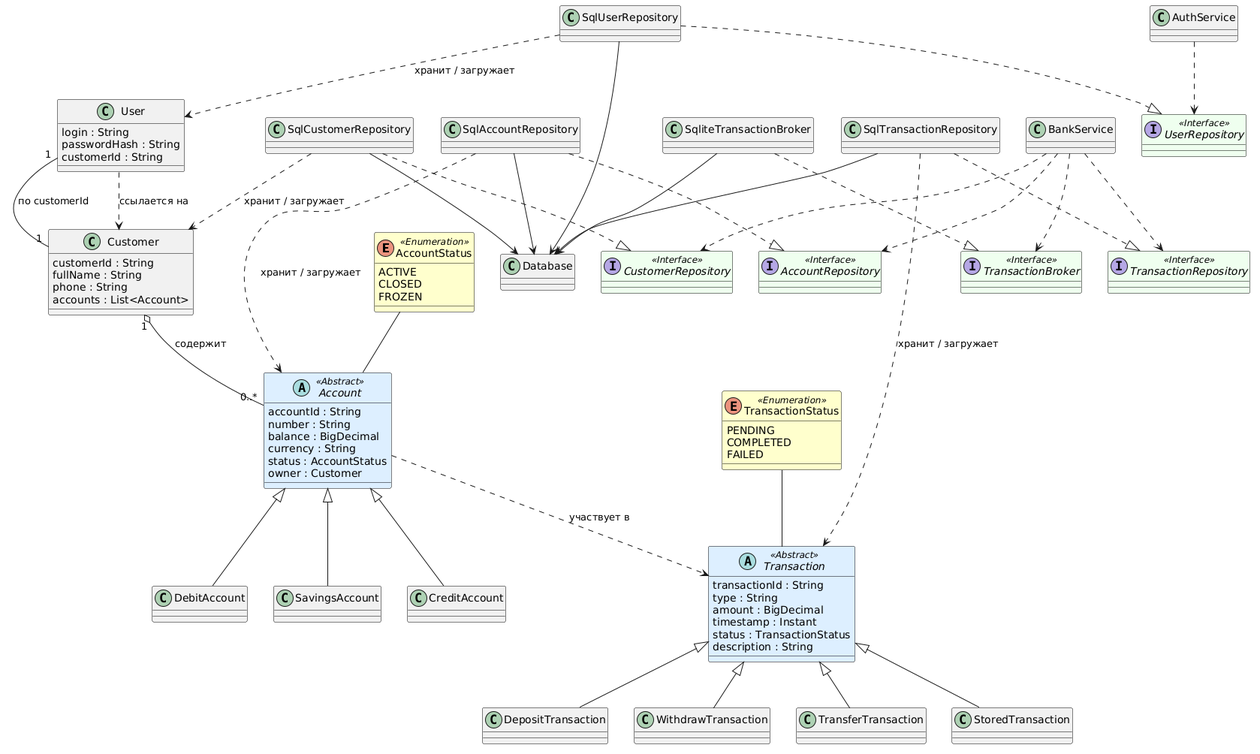
kmozgovoj11-rgb/bank_simulator keeps this PlantUML diagram as class_diagram.png. Above is the earlier version.
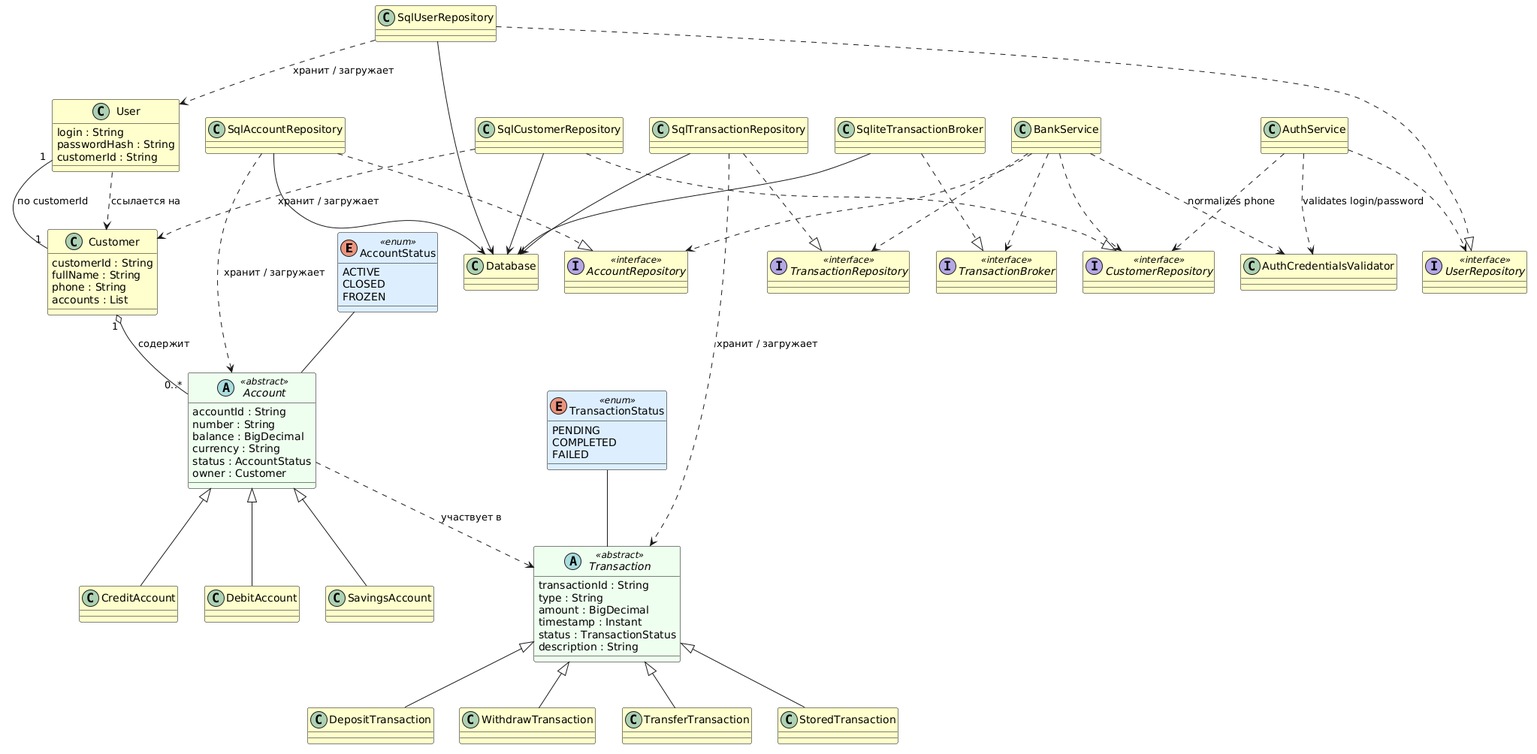
The same file after the commit.

Change to the diagram source:
```diff
@@ -1,122 +1,103 @@
 @startuml
 skinparam class {
-  BackgroundColor<<Enumeration>> #FFFFCC
-  BackgroundColor<<Abstract>> #DDEEFF
-  BackgroundColor<<Interface>> #EEFFEE
-  BorderColor Black
+    BackgroundColor #FFFFCC
+    BackgroundColor<<enum>> #DDEEFF
+    BackgroundColor<<abstract>> #EEFFEE
+    BorderColor Black
 }
-
-
-enum AccountStatus <<Enumeration>> {
-  ACTIVE
-  CLOSED
-  FROZEN
+enum AccountStatus <<enum>> {
+    ACTIVE
+    CLOSED
+    FROZEN
 }
-
-enum TransactionStatus <<Enumeration>> {
-  PENDING
-  COMPLETED
-  FAILED
+enum TransactionStatus <<enum>> {
+    PENDING
+    COMPLETED
+    FAILED
 }
-
 class Customer {
-  customerId : String
-  fullName : String
-  phone : String
-  accounts : List<Account>
+    customerId : String
+    fullName : String
+    phone : String
+    accounts : List
 }
-
 class User {
-  login : String
-  passwordHash : String
-  customerId : String
+    login : String
+    passwordHash : String
+    customerId : String
 }
-
-abstract class Account <<Abstract>> {
-  accountId : String
-  number : String
-  balance : BigDecimal
-  currency : String
-  status : AccountStatus
-  owner : Customer
+abstract class Account <<abstract>> {
+    accountId : String
+    number : String
+    balance : BigDecimal
+    currency : String
+    status : AccountStatus
+    owner : Customer
 }
-
 class DebitAccount
 class SavingsAccount
 class CreditAccount
-
-abstract class Transaction <<Abstract>> {
-  transactionId : String
-  type : String
-  amount : BigDecimal
-  timestamp : Instant
-  status : TransactionStatus
-  description : String
+abstract class Transaction <<abstract>> {
+    transactionId : String
+    type : String
+    amount : BigDecimal
+    timestamp : Instant
+    status : TransactionStatus
+    description : String
 }
-
 class DepositTransaction
 class WithdrawTransaction
 class TransferTransaction
 class StoredTransaction
-
 User "1" -- "1" Customer : по customerId
-
 Customer "1" o-- "0..*" Account : содержит
 AccountStatus -- Account
-
 User ..> Customer : ссылается на
-
 Account <|-- DebitAccount
 Account <|-- SavingsAccount
 Account <|-- CreditAccount
-
 TransactionStatus -- Transaction
 Account ..> Transaction : участвует в
-
 Transaction <|-- DepositTransaction
 Transaction <|-- WithdrawTransaction
 Transaction <|-- TransferTransaction
 Transaction <|-- StoredTransaction
-
-
-interface AccountRepository <<Interface>>
-interface UserRepository <<Interface>>
-interface CustomerRepository <<Interface>>
-interface TransactionRepository <<Interface>>
-interface TransactionBroker <<Interface>>
-
+interface AccountRepository <<interface>>
+interface UserRepository <<interface>>
+interface CustomerRepository <<interface>>
+interface TransactionRepository <<interface>>
+interface TransactionBroker <<interface>>
 class SqlAccountRepository
 class SqlUserRepository
 class SqlCustomerRepository
 class SqlTransactionRepository
 class SqliteTransactionBroker
 class Database
-
 SqlAccountRepository ..|> AccountRepository
 SqlUserRepository ..|> UserRepository
 SqlCustomerRepository ..|> CustomerRepository
 SqlTransactionRepository ..|> TransactionRepository
 SqliteTransactionBroker ..|> TransactionBroker
-
 SqlAccountRepository --> Database
 SqlUserRepository --> Database
 SqlCustomerRepository --> Database
 SqlTransactionRepository --> Database
 SqliteTransactionBroker --> Database
-
 SqlUserRepository ..> User : хранит / загружает
 SqlAccountRepository ..> Account : хранит / загружает
 SqlCustomerRepository ..> Customer : хранит / загружает
 SqlTransactionRepository ..> Transaction : хранит / загружает
-
-
 class BankService
 class AuthService
+class AuthCredentialsValidator
 
 BankService ..> AccountRepository
 BankService ..> CustomerRepository
 BankService ..> TransactionRepository
 BankService ..> TransactionBroker
+BankService ..> AuthCredentialsValidator : normalizes phone
 
 AuthService ..> UserRepository
+AuthService ..> CustomerRepository
+AuthService ..> AuthCredentialsValidator : validates login/password
 @enduml
```
